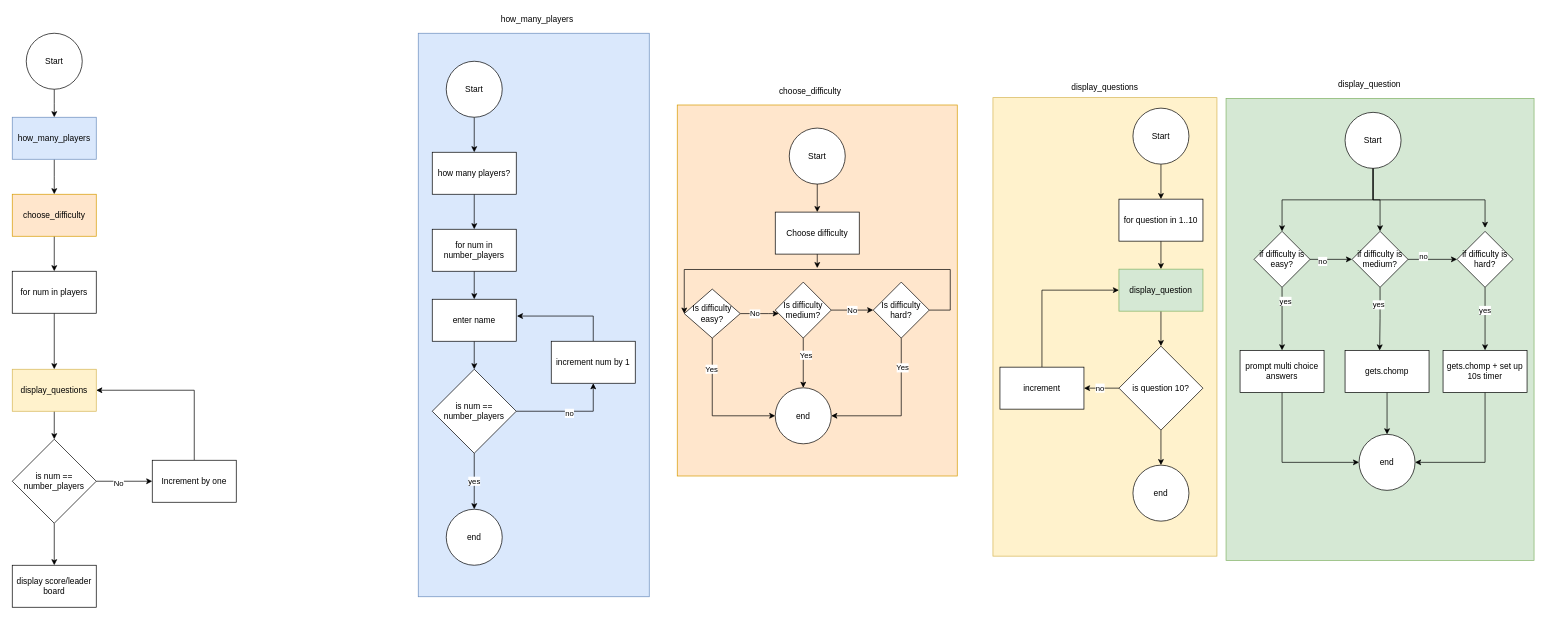
Earlier version of the draw.io diagram docs/trivia.drawio (celinero/CelineRoure_T1A3). Source tidied: cells renumbered, new cells numbered last; positions are measured from the earlier drawing's top-left corner, leaving out a move shared by most shapes. Both pictures are drawn from the tidied source at 70%, with x=0, y=0 at pixel (12, 12).
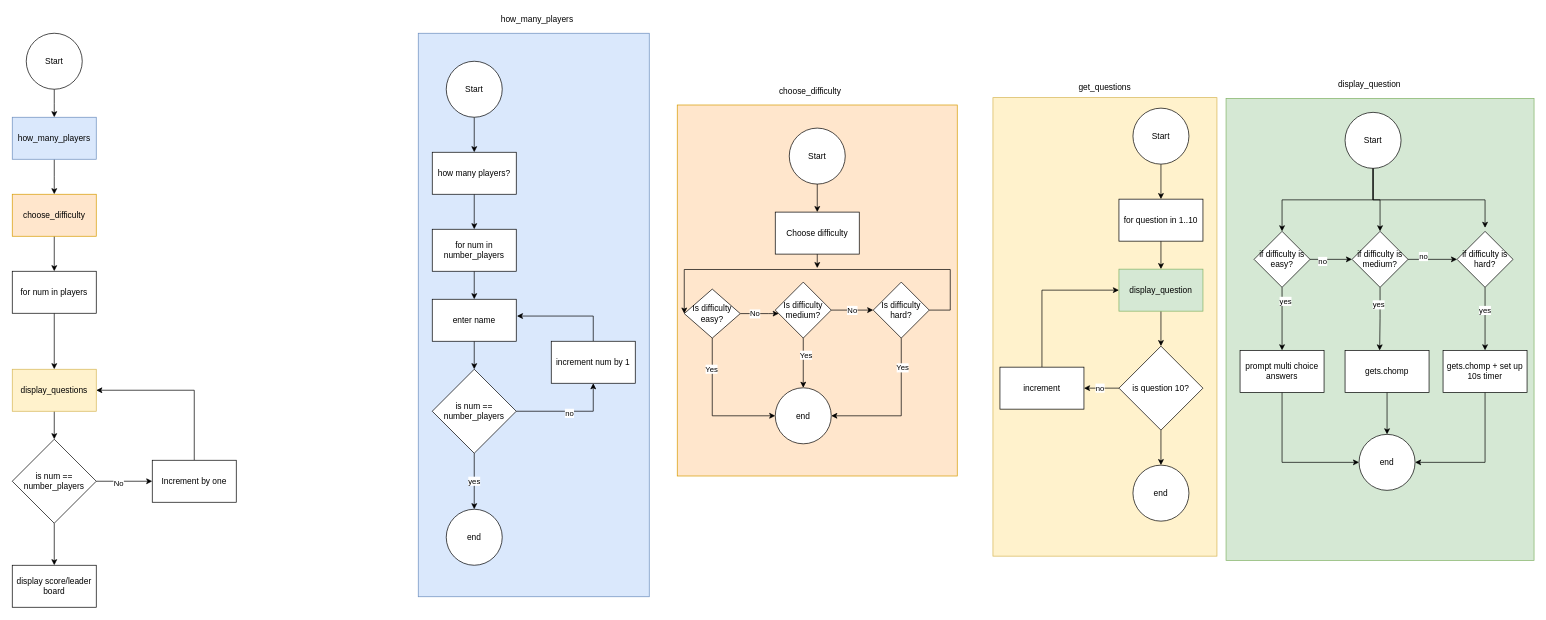
Above is the later version.

The edit, as a diff of the source:
```diff
@@
-    <mxCell id="60" value="display_questions" style="text;html=1;strokeColor=none;fillColor=none;align=center;verticalAlign=middle;whiteSpace=wrap;rounded=0;" parent="1" vertex="1">
+    <mxCell id="60" value="get_questions" style="text;html=1;strokeColor=none;fillColor=none;align=center;verticalAlign=middle;whiteSpace=wrap;rounded=0;" parent="1" vertex="1">
       <mxGeometry x="1401" y="97" width="320" height="20" as="geometry" />
     </mxCell>
```
